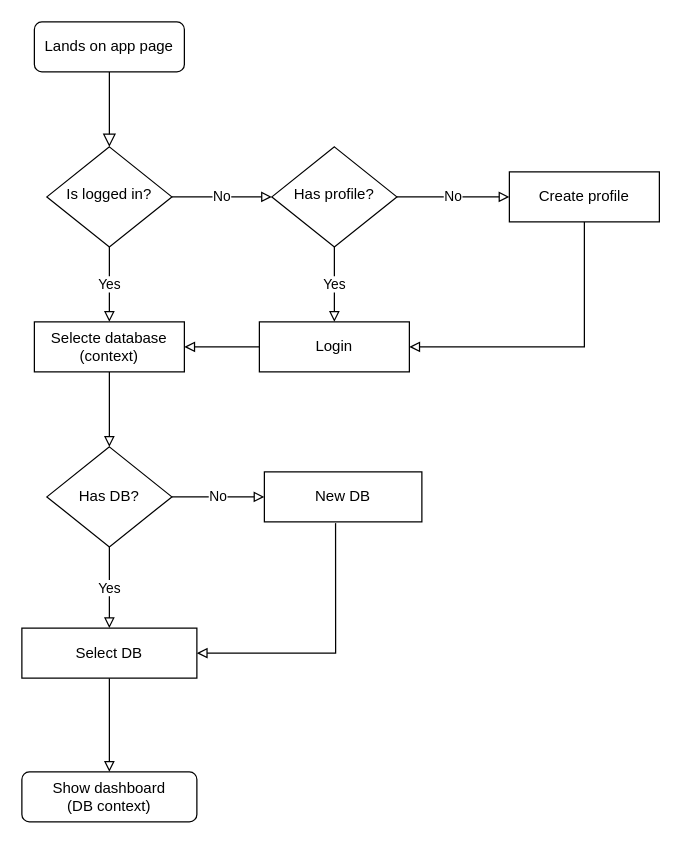
Above: page "Onboarding" (1 of 4) of diagrams/Front_Onboarding_Diagram.drawio in corsaire-chaparral/registre-coch (draw.io), before the change. Source tidied: cells renumbered, new cells numbered last; positions are measured from the earlier drawing's top-left corner, leaving out a move shared by most shapes. Both pictures are drawn from the tidied source at 125%, with x=0, y=0 at pixel (21, 21).
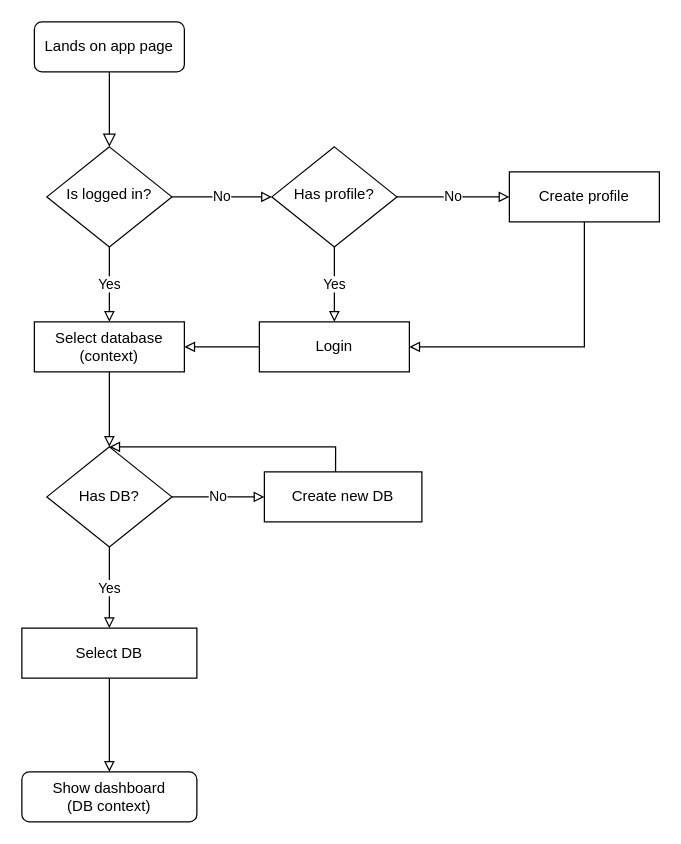
After the change.

The change refers to these unchanged cells:
```xml
<mxCell id="18" value="Has DB?" style="rhombus;whiteSpace=wrap;html=1;fontFamily=Helvetica;fontSize=12;fontColor=#000000;align=center;strokeColor=#000000;fillColor=#ffffff;" parent="1" vertex="1">
  <mxGeometry x="20" y="340" width="100" height="80" as="geometry" />
</mxCell>
<mxCell id="22" value="Select DB" style="rounded=0;whiteSpace=wrap;html=1;fontFamily=Helvetica;fontSize=12;fontColor=#000000;align=center;strokeColor=#000000;fillColor=#ffffff;" parent="1" vertex="1">
  <mxGeometry y="485" width="140" height="40" as="geometry" />
</mxCell>
```

The edit, as a diff of the source:
```diff
@@
-    <mxCell id="15" value="Selecte database (context)" style="rounded=1;whiteSpace=wrap;html=1;arcSize=0;" parent="1" vertex="1">
+    <mxCell id="15" value="Select database (context)" style="rounded=1;whiteSpace=wrap;html=1;arcSize=0;" parent="1" vertex="1">
       <mxGeometry x="10" y="240" width="120" height="40" as="geometry" />
     </mxCell>
@@
-    <mxCell id="19" style="edgeStyle=orthogonalEdgeStyle;rounded=0;jettySize=auto;html=1;entryX=1;entryY=0.5;entryDx=0;entryDy=0;endArrow=block;endFill=0;exitX=0.452;exitY=1.025;exitDx=0;exitDy=0;exitPerimeter=0;" parent="1" edge="1" source="20" target="22">
+    <mxCell id="19" style="edgeStyle=orthogonalEdgeStyle;rounded=0;jettySize=auto;html=1;endArrow=block;endFill=0;exitX=0.452;exitY=0;exitDx=0;exitDy=0;exitPerimeter=0;entryX=0.5;entryY=0;entryDx=0;entryDy=0;" parent="1" edge="1" source="20" target="18">
       <mxGeometry relative="1" as="geometry" />
     </mxCell>
-    <mxCell id="20" value="New DB" style="rounded=0;whiteSpace=wrap;html=1;fontFamily=Helvetica;fontSize=12;fontColor=#000000;align=center;strokeColor=#000000;fillColor=#ffffff;" parent="1" vertex="1">
+    <mxCell id="20" value="Create new DB" style="rounded=0;whiteSpace=wrap;html=1;fontFamily=Helvetica;fontSize=12;fontColor=#000000;align=center;strokeColor=#000000;fillColor=#ffffff;" parent="1" vertex="1">
       <mxGeometry x="194" y="360" width="126" height="40" as="geometry" />
     </mxCell>
```
